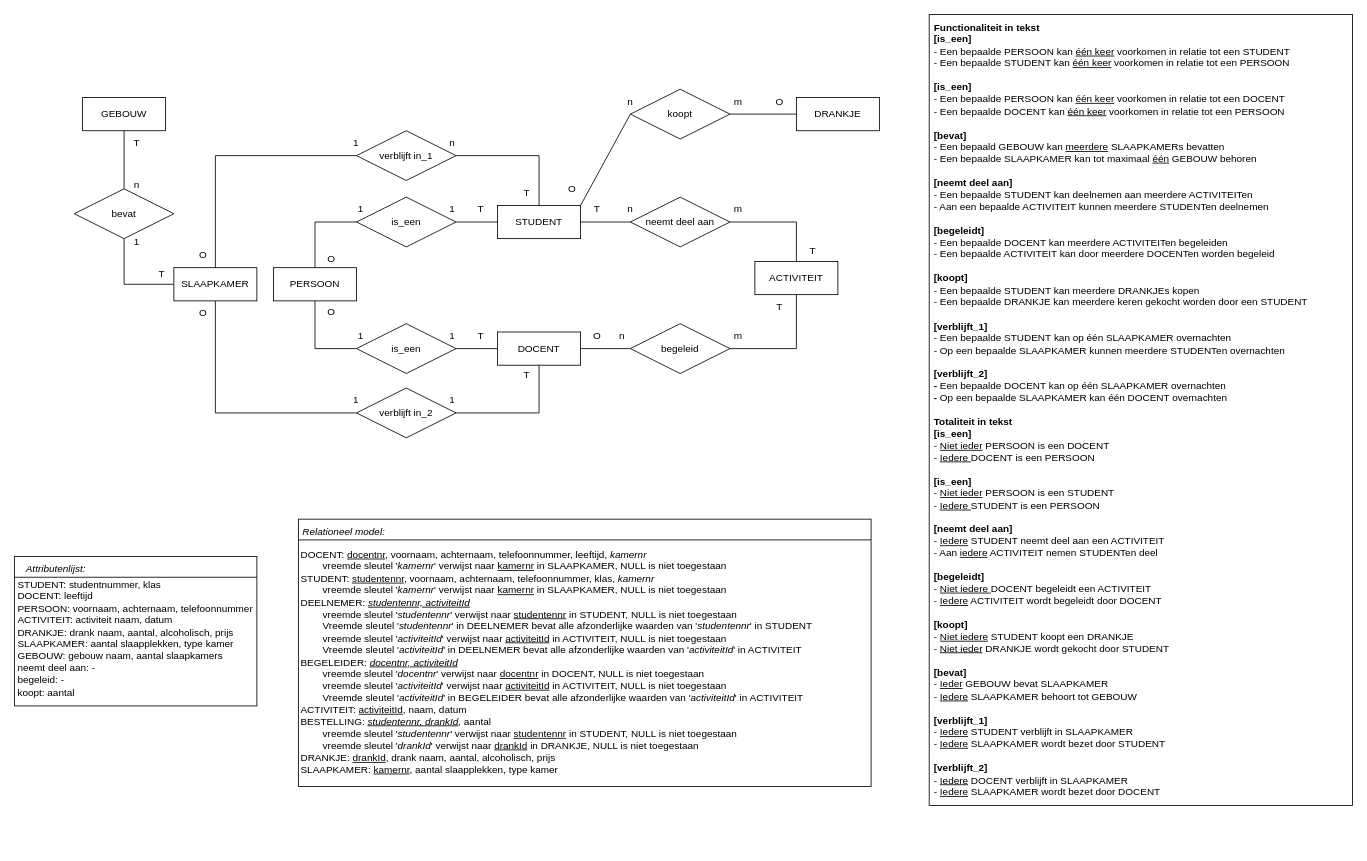
Above: ERD ontwerpen/SomerenProject.drawio in Chris-17Lommerse/Someren-project-Dion-Iris-en-Chris (draw.io), before the change. Source tidied: cells renumbered, new cells numbered last; positions are measured from the earlier drawing's top-left corner, leaving out a move shared by most shapes. Both pictures are drawn from the tidied source at 83%, with x=0, y=0 at pixel (14, 14).
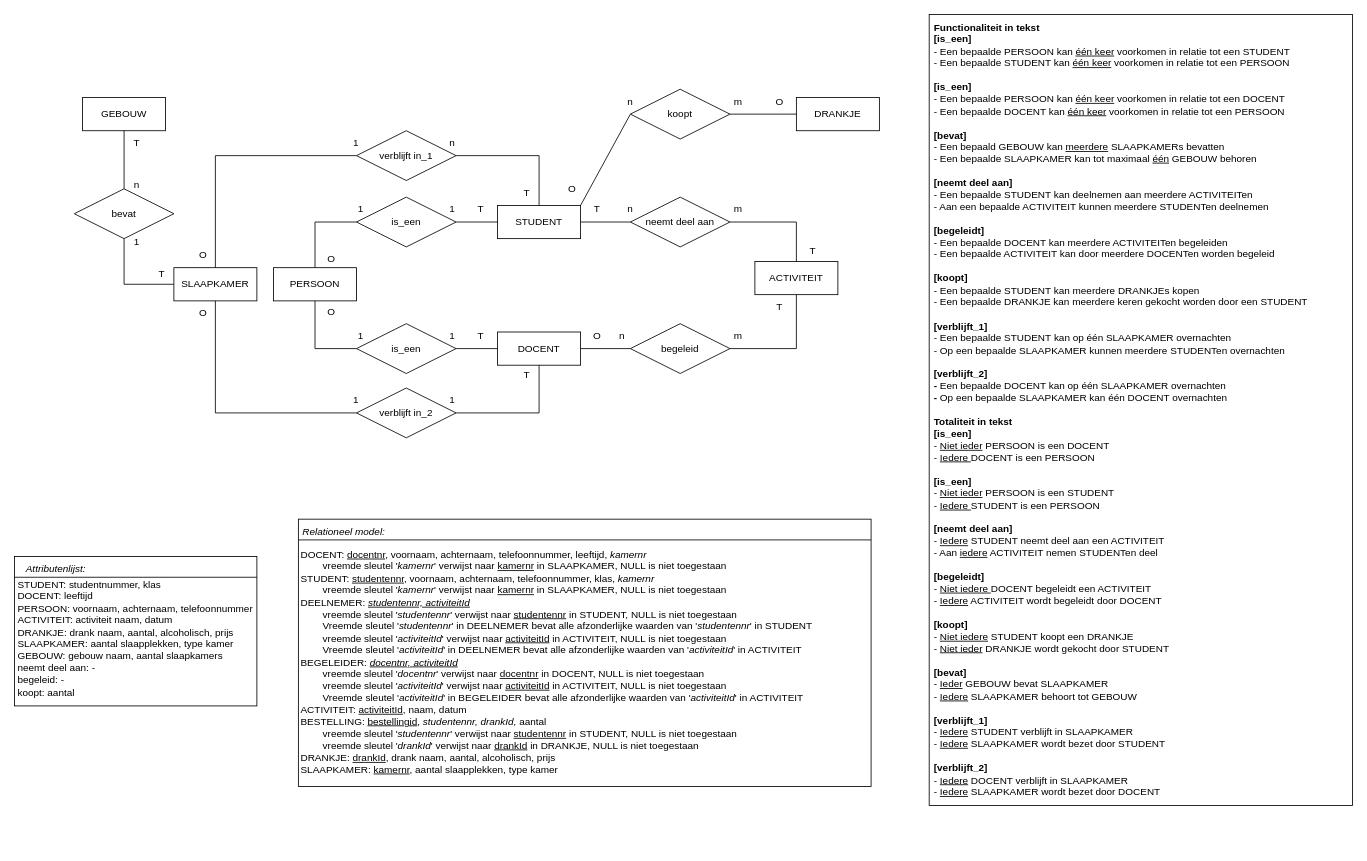
The same diagram, later.

The edit, as a diff of the source:
```diff
@@
-    <mxCell id="76" value="&lt;div&gt;&lt;span style=&quot;background-color: transparent; color: light-dark(rgb(0, 0, 0), rgb(255, 255, 255));&quot;&gt;DOCENT: &lt;u&gt;docentnr&lt;/u&gt;, voornaam, achternaam, telefoonnummer, leeftijd, &lt;i&gt;kamernr&lt;/i&gt;&lt;/span&gt;&lt;/div&gt;&lt;div&gt;&lt;span style=&quot;background-color: transparent; color: light-dark(rgb(0, 0, 0), rgb(255, 255, 255));&quot;&gt;&lt;i&gt;&lt;span style=&quot;white-space: pre;&quot;&gt;&#9;&lt;/span&gt;&lt;/i&gt;vreemde sleutel '&lt;i&gt;kamernr&lt;/i&gt;' verwijst naar &lt;u&gt;kamernr&lt;/u&gt; in SLAAPKAMER, NULL is niet toegestaan&lt;/span&gt;&lt;/div&gt;&lt;div&gt;STUDENT: &lt;u&gt;studentennr&lt;/u&gt;, &lt;span style=&quot;background-color: transparent; color: light-dark(rgb(0, 0, 0), rgb(255, 255, 255));&quot;&gt;voornaam, achternaam, telefoonnummer, klas, &lt;i&gt;kamernr&lt;/i&gt;&lt;/span&gt;&lt;/div&gt;&lt;div&gt;&lt;span style=&quot;background-color: transparent; color: light-dark(rgb(0, 0, 0), rgb(255, 255, 255));&quot;&gt;&lt;i&gt;&lt;span style=&quot;white-space: pre;&quot;&gt;&#9;&lt;/span&gt;&lt;/i&gt;&lt;/span&gt;&lt;span style=&quot;background-color: transparent; color: light-dark(rgb(0, 0, 0), rgb(255, 255, 255));&quot;&gt;vreemde sleutel '&lt;i&gt;kamernr&lt;/i&gt;' verwijst naar &lt;u&gt;kamernr&lt;/u&gt; in SLAAPKAMER, NULL is niet toegestaan&lt;/span&gt;&lt;/div&gt;&lt;div&gt;DEELNEMER: &lt;u&gt;&lt;i&gt;studentennr, activiteitId&lt;/i&gt;&lt;/u&gt;&lt;/div&gt;&lt;div&gt;&lt;span style=&quot;background-color: transparent; color: light-dark(rgb(0, 0, 0), rgb(255, 255, 255));&quot;&gt;&lt;span style=&quot;white-space: pre;&quot;&gt;&#9;&lt;/span&gt;vreemde sleutel '&lt;i&gt;studentennr&lt;/i&gt;' verwijst naar &lt;u&gt;studentennr&lt;/u&gt; in STUDENT, NULL is niet toegestaan&lt;/span&gt;&lt;/div&gt;&lt;div&gt;&lt;span style=&quot;background-color: transparent; color: light-dark(rgb(0, 0, 0), rgb(255, 255, 255));&quot;&gt;&lt;span style=&quot;white-space: pre;&quot;&gt;&#9;&lt;/span&gt;Vreemde sleutel '&lt;i&gt;studentennr&lt;/i&gt;' in DEELNEMER bevat alle afzonderlijke waarden van '&lt;i&gt;studentennr&lt;/i&gt;' in STUDENT&lt;/span&gt;&lt;/div&gt;&lt;div&gt;&lt;span style=&quot;background-color: transparent; color: light-dark(rgb(0, 0, 0), rgb(255, 255, 255));&quot;&gt;&lt;span style=&quot;white-space: pre;&quot;&gt;&#9;&lt;/span&gt;vreemde sleutel '&lt;i&gt;activiteitId&lt;/i&gt;' verwijst naar &lt;u&gt;activiteitId&lt;/u&gt; in ACTIVITEIT, NULL is niet toegestaan&lt;/span&gt;&lt;/div&gt;&lt;div&gt;&lt;span style=&quot;background-color: transparent; color: light-dark(rgb(0, 0, 0), rgb(255, 255, 255));&quot;&gt;&lt;span style=&quot;white-space: pre;&quot;&gt;&#9;&lt;/span&gt;&lt;/span&gt;&lt;span style=&quot;background-color: transparent; color: light-dark(rgb(0, 0, 0), rgb(255, 255, 255));&quot;&gt;Vreemde sleutel '&lt;/span&gt;&lt;span style=&quot;background-color: transparent; color: light-dark(rgb(0, 0, 0), rgb(255, 255, 255));&quot;&gt;&lt;i&gt;activiteitId&lt;/i&gt;&lt;/span&gt;&lt;span style=&quot;background-color: transparent; color: light-dark(rgb(0, 0, 0), rgb(255, 255, 255));&quot;&gt;' in DEELNEMER bevat alle afzonderlijke waarden van '&lt;/span&gt;&lt;span style=&quot;background-color: transparent; color: light-dark(rgb(0, 0, 0), rgb(255, 255, 255));&quot;&gt;&lt;i&gt;activiteitId&lt;/i&gt;&lt;/span&gt;&lt;span style=&quot;background-color: transparent; color: light-dark(rgb(0, 0, 0), rgb(255, 255, 255));&quot;&gt;' in ACTIVITEIT&lt;/span&gt;&lt;/div&gt;&lt;div&gt;BEGELEIDER: &lt;i&gt;&lt;u&gt;docentnr, activiteitId &lt;br&gt;&lt;/u&gt;&lt;/i&gt;&lt;/div&gt;&lt;div&gt;&lt;span style=&quot;white-space: pre;&quot;&gt;&#9;&lt;/span&gt;&lt;span style=&quot;background-color: transparent; color: light-dark(rgb(0, 0, 0), rgb(255, 255, 255));&quot;&gt;vreemde sleutel '&lt;i&gt;docentnr&lt;/i&gt;' verwijst naar &lt;u&gt;docentnr&lt;/u&gt; in DOCENT, NULL is niet toegestaan&lt;/span&gt;&lt;br&gt;&lt;div&gt;&lt;span style=&quot;background-color: transparent; color: light-dark(rgb(0, 0, 0), rgb(255, 255, 255));&quot;&gt;&lt;span style=&quot;white-space: pre;&quot;&gt;&#9;&lt;/span&gt;vreemde sleutel '&lt;i&gt;activiteitId&lt;/i&gt;' verwijst naar &lt;u&gt;activiteitId&lt;/u&gt; in ACTIVITEIT, NULL is niet toegestaan&lt;/span&gt;&lt;/div&gt;&lt;div&gt;&lt;span style=&quot;background-color: transparent; color: light-dark(rgb(0, 0, 0), rgb(255, 255, 255));&quot;&gt;&lt;span style=&quot;white-space: pre;&quot;&gt;&#9;&lt;/span&gt;&lt;/span&gt;&lt;span style=&quot;background-color: transparent; color: light-dark(rgb(0, 0, 0), rgb(255, 255, 255));&quot;&gt;Vreemde sleutel '&lt;/span&gt;&lt;span style=&quot;background-color: transparent; color: light-dark(rgb(0, 0, 0), rgb(255, 255, 255));&quot;&gt;&lt;i&gt;activiteitId&lt;/i&gt;&lt;/span&gt;&lt;span style=&quot;background-color: transparent; color: light-dark(rgb(0, 0, 0), rgb(255, 255, 255));&quot;&gt;' in BEGELEIDER bevat alle afzonderlijke waarden van '&lt;/span&gt;&lt;span style=&quot;background-color: transparent; color: light-dark(rgb(0, 0, 0), rgb(255, 255, 255));&quot;&gt;&lt;i&gt;activiteitId&lt;/i&gt;&lt;/span&gt;&lt;span style=&quot;background-color: transparent; color: light-dark(rgb(0, 0, 0), rgb(255, 255, 255));&quot;&gt;' in ACTIVITEIT&lt;/span&gt;&lt;/div&gt;&lt;/div&gt;&lt;div&gt;ACTIVITEIT: &lt;u&gt;activiteitId&lt;/u&gt;, naam, datum&lt;/div&gt;&lt;div&gt;BESTELLING: &lt;u&gt;&lt;i&gt;studentennr&lt;/i&gt;&lt;/u&gt;&lt;i style=&quot;&quot;&gt;&lt;u&gt;, drankId&lt;/u&gt;, &lt;/i&gt;&lt;span style=&quot;&quot;&gt;aantal&lt;/span&gt;&lt;i&gt;&lt;br&gt;&lt;/i&gt;&lt;/div&gt;&lt;div&gt;&lt;i&gt;&lt;span style=&quot;white-space: pre;&quot;&gt;&#9;&lt;/span&gt;&lt;/i&gt;&lt;span style=&quot;background-color: transparent; color: light-dark(rgb(0, 0, 0), rgb(255, 255, 255));&quot;&gt;vreemde sleutel '&lt;i&gt;studentennr&lt;/i&gt;' verwijst naar &lt;u&gt;studentennr&lt;/u&gt; in STUDENT, NULL is niet toegestaan&lt;/span&gt;&lt;br&gt;&lt;div&gt;&lt;span style=&quot;background-color: transparent; color: light-dark(rgb(0, 0, 0), rgb(255, 255, 255));&quot;&gt;&lt;span style=&quot;white-space: pre;&quot;&gt;&#9;&lt;/span&gt;vreemde sleutel '&lt;i&gt;drankId&lt;/i&gt;' verwijst naar &lt;u&gt;drankId&lt;/u&gt; in DRANKJE, NULL is niet toegestaan&lt;/span&gt;&lt;/div&gt;&lt;/div&gt;&lt;div&gt;DRANKJE: &lt;u&gt;drankId&lt;/u&gt;, drank naam, aantal, alcoholisch, prijs&amp;nbsp; &amp;nbsp;&lt;/div&gt;&lt;div&gt;SLAAPKAMER: &lt;u&gt;kamernr&lt;/u&gt;, aantal slaapplekken, type kamer&amp;nbsp;&lt;br&gt;&lt;/div&gt;&lt;div&gt;&lt;br&gt;&lt;/div&gt;" style="text;html=1;align=left;verticalAlign=top;whiteSpace=wrap;rounded=0;" parent="1" vertex="1">
+    <mxCell id="76" value="&lt;div&gt;&lt;span style=&quot;background-color: transparent; color: light-dark(rgb(0, 0, 0), rgb(255, 255, 255));&quot;&gt;DOCENT: &lt;u&gt;docentnr&lt;/u&gt;, voornaam, achternaam, telefoonnummer, leeftijd, &lt;i&gt;kamernr&lt;/i&gt;&lt;/span&gt;&lt;/div&gt;&lt;div&gt;&lt;span style=&quot;background-color: transparent; color: light-dark(rgb(0, 0, 0), rgb(255, 255, 255));&quot;&gt;&lt;i&gt;&lt;span style=&quot;white-space: pre;&quot;&gt;&#9;&lt;/span&gt;&lt;/i&gt;vreemde sleutel '&lt;i&gt;kamernr&lt;/i&gt;' verwijst naar &lt;u&gt;kamernr&lt;/u&gt; in SLAAPKAMER, NULL is niet toegestaan&lt;/span&gt;&lt;/div&gt;&lt;div&gt;STUDENT: &lt;u&gt;studentennr&lt;/u&gt;, &lt;span style=&quot;background-color: transparent; color: light-dark(rgb(0, 0, 0), rgb(255, 255, 255));&quot;&gt;voornaam, achternaam, telefoonnummer, klas, &lt;i&gt;kamernr&lt;/i&gt;&lt;/span&gt;&lt;/div&gt;&lt;div&gt;&lt;span style=&quot;background-color: transparent; color: light-dark(rgb(0, 0, 0), rgb(255, 255, 255));&quot;&gt;&lt;i&gt;&lt;span style=&quot;white-space: pre;&quot;&gt;&#9;&lt;/span&gt;&lt;/i&gt;&lt;/span&gt;&lt;span style=&quot;background-color: transparent; color: light-dark(rgb(0, 0, 0), rgb(255, 255, 255));&quot;&gt;vreemde sleutel '&lt;i&gt;kamernr&lt;/i&gt;' verwijst naar &lt;u&gt;kamernr&lt;/u&gt; in SLAAPKAMER, NULL is niet toegestaan&lt;/span&gt;&lt;/div&gt;&lt;div&gt;DEELNEMER: &lt;u&gt;&lt;i&gt;studentennr, activiteitId&lt;/i&gt;&lt;/u&gt;&lt;/div&gt;&lt;div&gt;&lt;span style=&quot;background-color: transparent; color: light-dark(rgb(0, 0, 0), rgb(255, 255, 255));&quot;&gt;&lt;span style=&quot;white-space: pre;&quot;&gt;&#9;&lt;/span&gt;vreemde sleutel '&lt;i&gt;studentennr&lt;/i&gt;' verwijst naar &lt;u&gt;studentennr&lt;/u&gt; in STUDENT, NULL is niet toegestaan&lt;/span&gt;&lt;/div&gt;&lt;div&gt;&lt;span style=&quot;background-color: transparent; color: light-dark(rgb(0, 0, 0), rgb(255, 255, 255));&quot;&gt;&lt;span style=&quot;white-space: pre;&quot;&gt;&#9;&lt;/span&gt;Vreemde sleutel '&lt;i&gt;studentennr&lt;/i&gt;' in DEELNEMER bevat alle afzonderlijke waarden van '&lt;i&gt;studentennr&lt;/i&gt;' in STUDENT&lt;/span&gt;&lt;/div&gt;&lt;div&gt;&lt;span style=&quot;background-color: transparent; color: light-dark(rgb(0, 0, 0), rgb(255, 255, 255));&quot;&gt;&lt;span style=&quot;white-space: pre;&quot;&gt;&#9;&lt;/span&gt;vreemde sleutel '&lt;i&gt;activiteitId&lt;/i&gt;' verwijst naar &lt;u&gt;activiteitId&lt;/u&gt; in ACTIVITEIT, NULL is niet toegestaan&lt;/span&gt;&lt;/div&gt;&lt;div&gt;&lt;span style=&quot;background-color: transparent; color: light-dark(rgb(0, 0, 0), rgb(255, 255, 255));&quot;&gt;&lt;span style=&quot;white-space: pre;&quot;&gt;&#9;&lt;/span&gt;&lt;/span&gt;&lt;span style=&quot;background-color: transparent; color: light-dark(rgb(0, 0, 0), rgb(255, 255, 255));&quot;&gt;Vreemde sleutel '&lt;/span&gt;&lt;span style=&quot;background-color: transparent; color: light-dark(rgb(0, 0, 0), rgb(255, 255, 255));&quot;&gt;&lt;i&gt;activiteitId&lt;/i&gt;&lt;/span&gt;&lt;span style=&quot;background-color: transparent; color: light-dark(rgb(0, 0, 0), rgb(255, 255, 255));&quot;&gt;' in DEELNEMER bevat alle afzonderlijke waarden van '&lt;/span&gt;&lt;span style=&quot;background-color: transparent; color: light-dark(rgb(0, 0, 0), rgb(255, 255, 255));&quot;&gt;&lt;i&gt;activiteitId&lt;/i&gt;&lt;/span&gt;&lt;span style=&quot;background-color: transparent; color: light-dark(rgb(0, 0, 0), rgb(255, 255, 255));&quot;&gt;' in ACTIVITEIT&lt;/span&gt;&lt;/div&gt;&lt;div&gt;BEGELEIDER: &lt;i&gt;&lt;u&gt;docentnr, activiteitId &lt;br&gt;&lt;/u&gt;&lt;/i&gt;&lt;/div&gt;&lt;div&gt;&lt;span style=&quot;white-space: pre;&quot;&gt;&#9;&lt;/span&gt;&lt;span style=&quot;background-color: transparent; color: light-dark(rgb(0, 0, 0), rgb(255, 255, 255));&quot;&gt;vreemde sleutel '&lt;i&gt;docentnr&lt;/i&gt;' verwijst naar &lt;u&gt;docentnr&lt;/u&gt; in DOCENT, NULL is niet toegestaan&lt;/span&gt;&lt;br&gt;&lt;div&gt;&lt;span style=&quot;background-color: transparent; color: light-dark(rgb(0, 0, 0), rgb(255, 255, 255));&quot;&gt;&lt;span style=&quot;white-space: pre;&quot;&gt;&#9;&lt;/span&gt;vreemde sleutel '&lt;i&gt;activiteitId&lt;/i&gt;' verwijst naar &lt;u&gt;activiteitId&lt;/u&gt; in ACTIVITEIT, NULL is niet toegestaan&lt;/span&gt;&lt;/div&gt;&lt;div&gt;&lt;span style=&quot;background-color: transparent; color: light-dark(rgb(0, 0, 0), rgb(255, 255, 255));&quot;&gt;&lt;span style=&quot;white-space: pre;&quot;&gt;&#9;&lt;/span&gt;&lt;/span&gt;&lt;span style=&quot;background-color: transparent; color: light-dark(rgb(0, 0, 0), rgb(255, 255, 255));&quot;&gt;Vreemde sleutel '&lt;/span&gt;&lt;span style=&quot;background-color: transparent; color: light-dark(rgb(0, 0, 0), rgb(255, 255, 255));&quot;&gt;&lt;i&gt;activiteitId&lt;/i&gt;&lt;/span&gt;&lt;span style=&quot;background-color: transparent; color: light-dark(rgb(0, 0, 0), rgb(255, 255, 255));&quot;&gt;' in BEGELEIDER bevat alle afzonderlijke waarden van '&lt;/span&gt;&lt;span style=&quot;background-color: transparent; color: light-dark(rgb(0, 0, 0), rgb(255, 255, 255));&quot;&gt;&lt;i&gt;activiteitId&lt;/i&gt;&lt;/span&gt;&lt;span style=&quot;background-color: transparent; color: light-dark(rgb(0, 0, 0), rgb(255, 255, 255));&quot;&gt;' in ACTIVITEIT&lt;/span&gt;&lt;/div&gt;&lt;/div&gt;&lt;div&gt;ACTIVITEIT: &lt;u&gt;activiteitId&lt;/u&gt;, naam, datum&lt;/div&gt;&lt;div&gt;BESTELLING: &lt;u&gt;bestellingid&lt;/u&gt;,&amp;nbsp;&lt;i style=&quot;&quot;&gt;studentennr&lt;/i&gt;&lt;i style=&quot;&quot;&gt;, drankId, &lt;/i&gt;&lt;span style=&quot;&quot;&gt;aantal&lt;/span&gt;&lt;i&gt;&lt;br&gt;&lt;/i&gt;&lt;/div&gt;&lt;div&gt;&lt;i&gt;&lt;span style=&quot;white-space: pre;&quot;&gt;&#9;&lt;/span&gt;&lt;/i&gt;&lt;span style=&quot;background-color: transparent; color: light-dark(rgb(0, 0, 0), rgb(255, 255, 255));&quot;&gt;vreemde sleutel '&lt;i&gt;studentennr&lt;/i&gt;' verwijst naar &lt;u&gt;studentennr&lt;/u&gt; in STUDENT, NULL is niet toegestaan&lt;/span&gt;&lt;br&gt;&lt;div&gt;&lt;span style=&quot;background-color: transparent; color: light-dark(rgb(0, 0, 0), rgb(255, 255, 255));&quot;&gt;&lt;span style=&quot;white-space: pre;&quot;&gt;&#9;&lt;/span&gt;vreemde sleutel '&lt;i&gt;drankId&lt;/i&gt;' verwijst naar &lt;u&gt;drankId&lt;/u&gt; in DRANKJE, NULL is niet toegestaan&lt;/span&gt;&lt;/div&gt;&lt;/div&gt;&lt;div&gt;DRANKJE: &lt;u&gt;drankId&lt;/u&gt;, drank naam, aantal, alcoholisch, prijs&amp;nbsp; &amp;nbsp;&lt;/div&gt;&lt;div&gt;SLAAPKAMER: &lt;u&gt;kamernr&lt;/u&gt;, aantal slaapplekken, type kamer&amp;nbsp;&lt;br&gt;&lt;/div&gt;&lt;div&gt;&lt;br&gt;&lt;/div&gt;" style="text;html=1;align=left;verticalAlign=top;whiteSpace=wrap;rounded=0;" parent="1" vertex="1">
       <mxGeometry x="343" y="637" width="689" height="293" as="geometry" />
     </mxCell>
```
